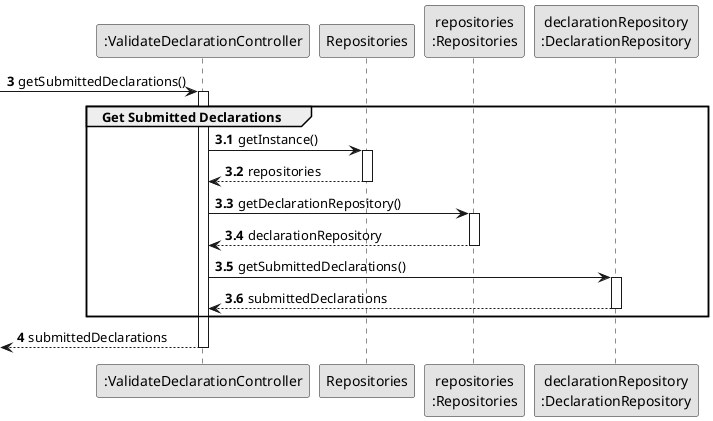
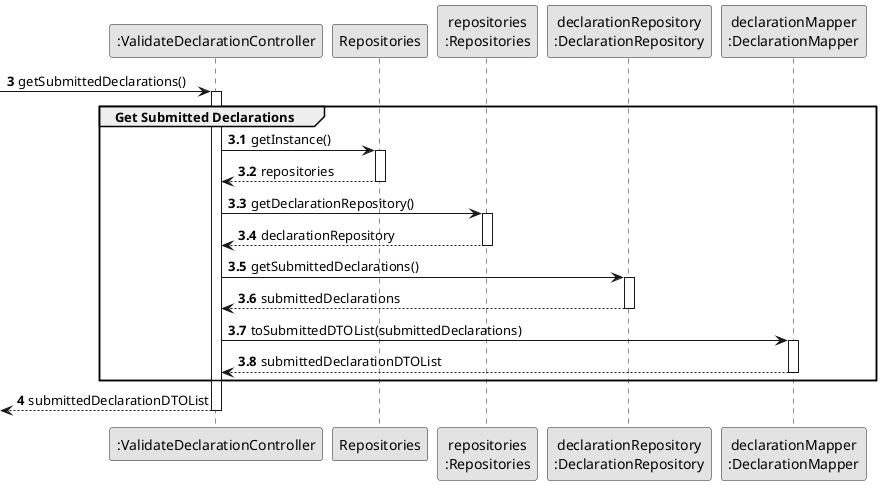
@startuml
skinparam monochrome true
skinparam packageStyle rectangle
skinparam shadowing false

participant ":ValidateDeclarationController" as CTRL
participant "Repositories" as REPOS
participant "repositories\n:Repositories" as REPOS_SINGLETON
participant "declarationRepository\n:DeclarationRepository" as DECL_REPO
+ participant "declarationMapper\n:DeclarationMapper" as MAPPER

autonumber 3
-> CTRL : getSubmittedDeclarations()

autonumber 3.1
activate CTRL

    group Get Submitted Declarations

        CTRL -> REPOS : getInstance()
        activate REPOS
            REPOS --> CTRL : repositories
        deactivate REPOS

        CTRL -> REPOS_SINGLETON : getDeclarationRepository()
        activate REPOS_SINGLETON
            REPOS_SINGLETON --> CTRL : declarationRepository
        deactivate REPOS_SINGLETON

        CTRL -> DECL_REPO : getSubmittedDeclarations()
        activate DECL_REPO
            DECL_REPO --> CTRL : submittedDeclarations
        deactivate DECL_REPO

+         CTRL -> MAPPER : toSubmittedDTOList(submittedDeclarations)
+         activate MAPPER
+             MAPPER --> CTRL : submittedDeclarationDTOList
+         deactivate MAPPER
+ 
    end

    autonumber 4
-     <-- CTRL : submittedDeclarations
+     <-- CTRL : submittedDeclarationDTOList

deactivate CTRL

- @enduml+ @enduml
